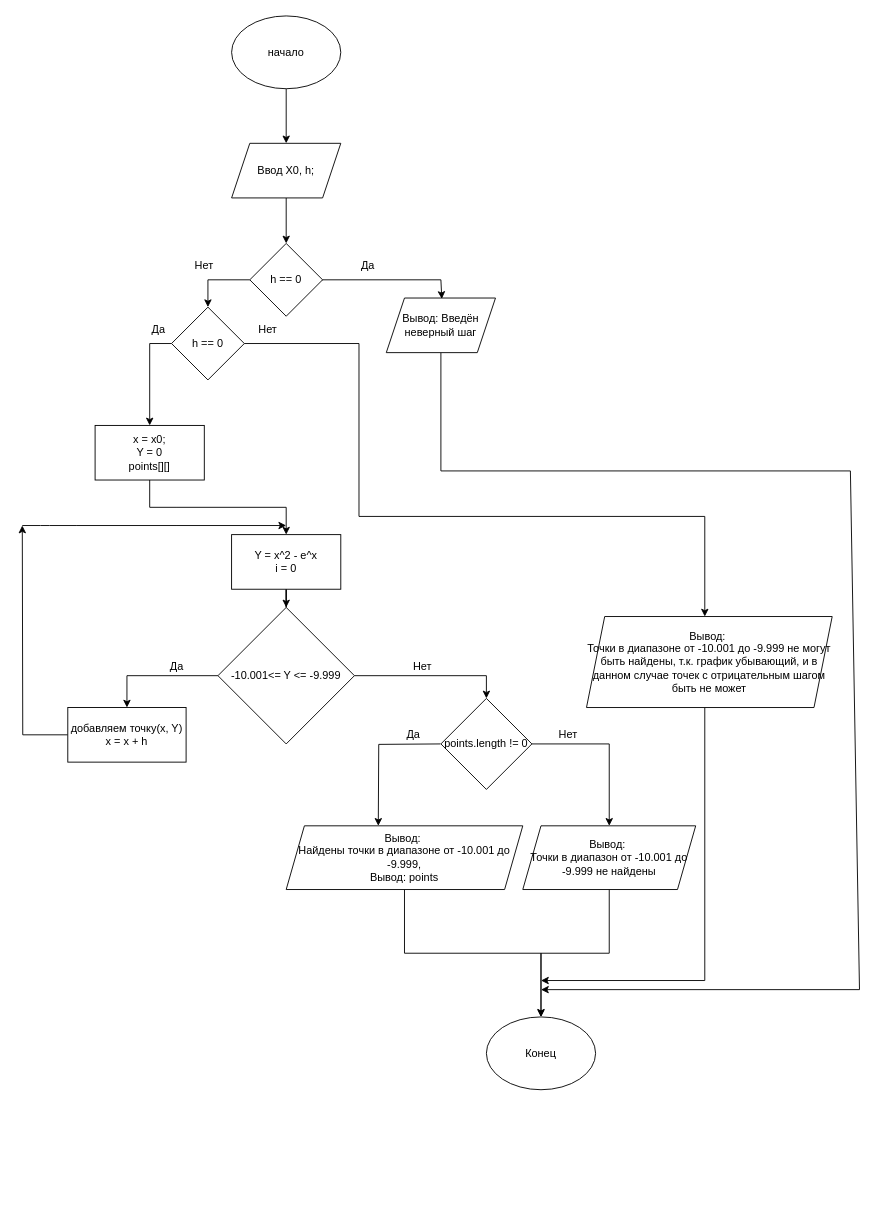
Above: Диаграмма.drawio in marycheff/ISRPO2 (draw.io), before the change. Source tidied: cells renumbered, new cells numbered last; positions are measured from the earlier drawing's top-left corner, leaving out a move shared by most shapes. Both pictures are drawn from the tidied source at 91%, with x=0, y=0 at pixel (22, 15).
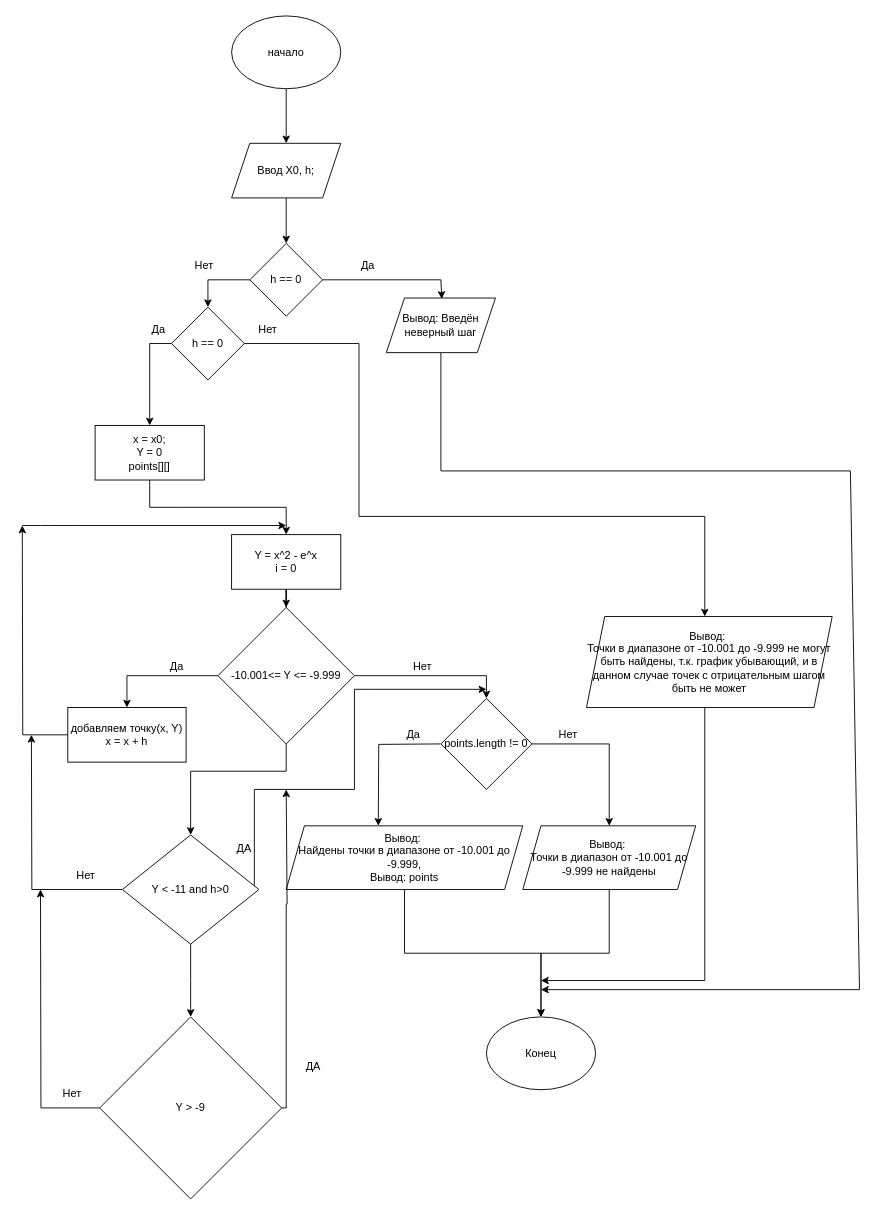
After the change.

Unchanged cells that the change refers to:
```xml
<mxCell id="20" value="-10.001&amp;lt;= Y &amp;lt;= -9.999" style="rhombus;whiteSpace=wrap;html=1;" parent="1" vertex="1">
  <mxGeometry x="215" y="650" width="150" height="150" as="geometry" />
</mxCell>
```

Change to the diagram source:
```diff
@@
+    <mxCell id="43" style="edgeStyle=orthogonalEdgeStyle;rounded=0;jettySize=auto;html=1;entryX=0.5;entryY=0;entryDx=0;entryDy=0;" parent="1" edge="1" source="20" target="47">
+      <mxGeometry relative="1" as="geometry">
+        <Array as="points">
+          <mxPoint x="290" y="830" />
+          <mxPoint x="185" y="830" />
+        </Array>
+      </mxGeometry>
+    </mxCell>
@@
+    <mxCell id="44" style="edgeStyle=orthogonalEdgeStyle;rounded=0;orthogonalLoop=1;jettySize=auto;html=1;" parent="1" edge="1">
+      <mxGeometry relative="1" as="geometry">
+        <mxPoint x="255" y="960" as="sourcePoint" />
+        <mxPoint x="510" y="740" as="targetPoint" />
+        <Array as="points">
+          <mxPoint x="255" y="850" />
+          <mxPoint x="365" y="850" />
+          <mxPoint x="365" y="740" />
+          <mxPoint x="385" y="740" />
+        </Array>
+      </mxGeometry>
+    </mxCell>
+    <mxCell id="45" style="edgeStyle=orthogonalEdgeStyle;rounded=0;jettySize=auto;html=1;" parent="1" edge="1" source="47">
+      <mxGeometry relative="1" as="geometry">
+        <mxPoint x="10" y="790" as="targetPoint" />
+      </mxGeometry>
+    </mxCell>
+    <mxCell id="46" style="edgeStyle=orthogonalEdgeStyle;rounded=0;jettySize=auto;html=1;" parent="1" edge="1" source="47">
+      <mxGeometry relative="1" as="geometry">
+        <mxPoint x="185" y="1100" as="targetPoint" />
+      </mxGeometry>
+    </mxCell>
+    <mxCell id="47" value="Y &amp;lt; -11 and h&amp;gt;0" style="rhombus;whiteSpace=wrap;html=1;" parent="1" vertex="1">
+      <mxGeometry x="110" y="900" width="150" height="120" as="geometry" />
+    </mxCell>
+    <mxCell id="48" value="ДА" style="text;html=1;align=center;verticalAlign=middle;whiteSpace=wrap;rounded=0;" parent="1" vertex="1">
+      <mxGeometry x="214" y="900" width="60" height="30" as="geometry" />
+    </mxCell>
+    <mxCell id="49" value="Нет" style="text;html=1;align=center;verticalAlign=middle;whiteSpace=wrap;rounded=0;" parent="1" vertex="1">
+      <mxGeometry x="40" y="930" width="60" height="30" as="geometry" />
+    </mxCell>
+    <mxCell id="50" style="edgeStyle=orthogonalEdgeStyle;rounded=0;jettySize=auto;html=1;" parent="1" edge="1" source="52">
+      <mxGeometry relative="1" as="geometry">
+        <mxPoint x="290" y="850" as="targetPoint" />
+        <Array as="points">
+          <mxPoint x="290" y="1200" />
+          <mxPoint x="290" y="976" />
+          <mxPoint x="291" y="976" />
+        </Array>
+      </mxGeometry>
+    </mxCell>
+    <mxCell id="51" style="edgeStyle=orthogonalEdgeStyle;rounded=0;jettySize=auto;html=1;" parent="1" edge="1" source="52">
+      <mxGeometry relative="1" as="geometry">
+        <mxPoint x="20" y="960" as="targetPoint" />
+      </mxGeometry>
+    </mxCell>
+    <mxCell id="52" value="Y &amp;gt; -9" style="rhombus;whiteSpace=wrap;html=1;" parent="1" vertex="1">
+      <mxGeometry x="85" y="1100" width="200" height="200" as="geometry" />
+    </mxCell>
+    <mxCell id="53" value="ДА" style="text;html=1;align=center;verticalAlign=middle;whiteSpace=wrap;rounded=0;" parent="1" vertex="1">
+      <mxGeometry x="290" y="1140" width="60" height="30" as="geometry" />
+    </mxCell>
+    <mxCell id="54" value="Нет" style="text;html=1;align=center;verticalAlign=middle;whiteSpace=wrap;rounded=0;" parent="1" vertex="1">
+      <mxGeometry x="25" y="1170" width="60" height="30" as="geometry" />
+    </mxCell>
```
